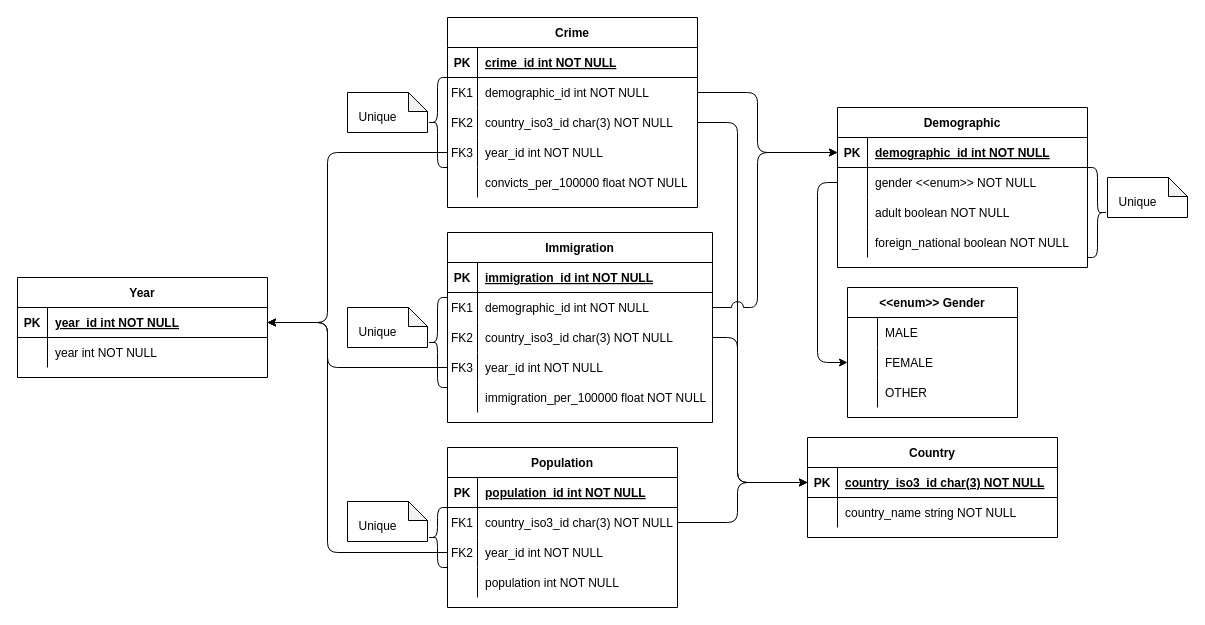
Before: doc/er-diagram-project.drawio in filo14/data-integration-and-visualization-uc3m, a draw.io diagram. Source tidied: cells renumbered, new cells numbered last; positions are measured from the earlier drawing's top-left corner, leaving out a move shared by most shapes. Both pictures are drawn from the tidied source at 100%, with x=0, y=0 at pixel (17, 17).
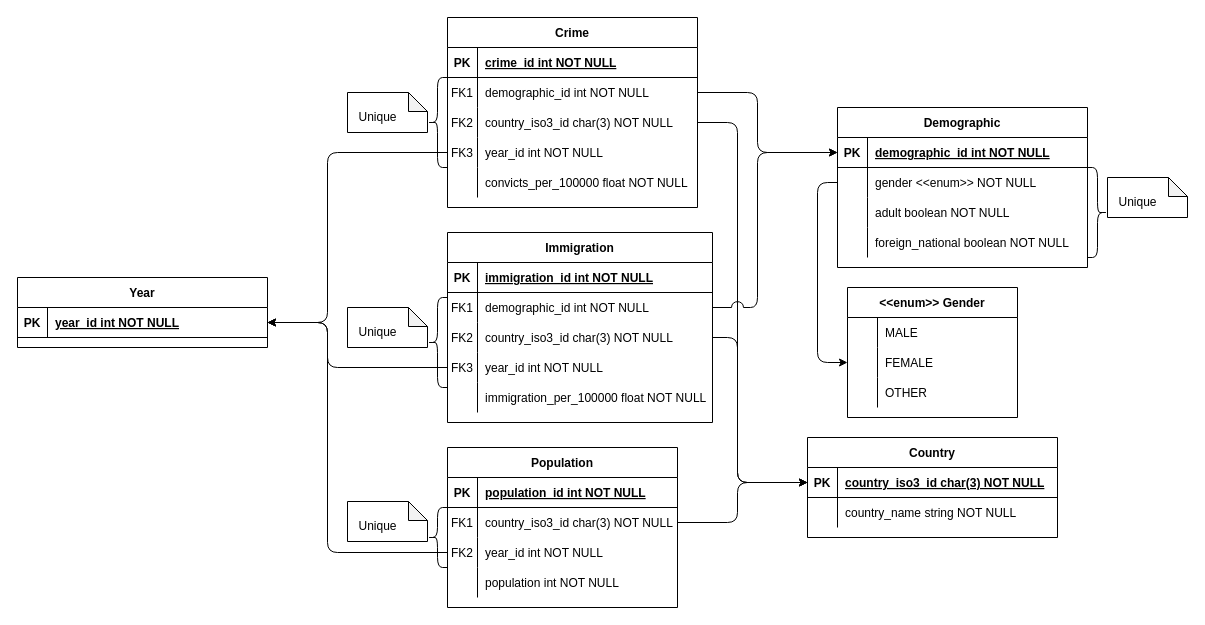
After the change.

Diff of the diagram source:
```diff
@@
     <mxCell id="65" value="Year" style="shape=table;startSize=30;childLayout=tableLayout;rowLines=0;fontStyle=1;align=center;" parent="1" vertex="1">
-      <mxGeometry y="260" width="250" height="100" as="geometry" />
+      <mxGeometry y="260" width="250" height="70" as="geometry" />
     </mxCell>
@@
-    <mxCell id="69" style="shape=partialRectangle;top=0;left=0;right=0;bottom=0;fillColor=none;strokeColor=inherit;strokeWidth=0;" parent="65" vertex="1">
-      <mxGeometry y="60" width="250" height="30" as="geometry" />
-    </mxCell>
-    <mxCell id="70" style="shape=partialRectangle;overflow=hidden;fillColor=none;top=0;left=0;bottom=0;right=0;strokeColor=default;strokeWidth=0;" parent="69" vertex="1">
-      <mxGeometry width="30" height="30" as="geometry" />
-    </mxCell>
-    <mxCell id="71" value="year int NOT NULL" style="shape=partialRectangle;overflow=hidden;fillColor=none;top=0;left=0;bottom=0;right=0;align=left;spacingLeft=6;strokeColor=inherit;strokeWidth=0;perimeterSpacing=0;" parent="69" vertex="1">
-      <mxGeometry x="30" width="220" height="30" as="geometry" />
-    </mxCell>
```
